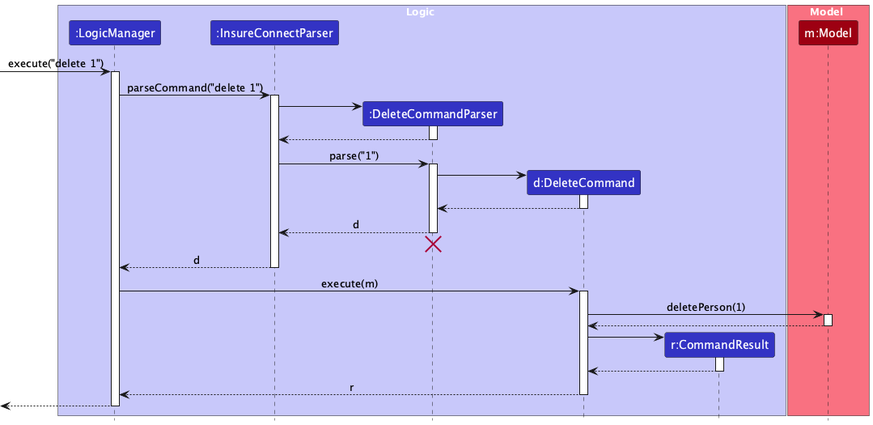
Above: docs/images/DeleteSequenceDiagram.png in AY2627S1-CS2103T-W09-4/tp (PlantUML), before the change. Its diagram source:
```plantuml
@startuml
!pragma layout smetana
!include style.puml
skinparam ArrowFontStyle plain

box Logic LOGIC_COLOR_T1
participant ":LogicManager" as LogicManager LOGIC_COLOR
participant ":InsureConnectParser" as InsureConnectParser LOGIC_COLOR
participant ":DeleteCommandParser" as DeleteCommandParser LOGIC_COLOR
participant "d:DeleteCommand" as DeleteCommand LOGIC_COLOR
participant "r:CommandResult" as CommandResult LOGIC_COLOR
end box

box Model MODEL_COLOR_T1
participant "m:Model" as Model MODEL_COLOR
end box

[-> LogicManager : execute("delete 1")
activate LogicManager

LogicManager -> InsureConnectParser : parseCommand("delete 1")
activate InsureConnectParser

create DeleteCommandParser
InsureConnectParser -> DeleteCommandParser
activate DeleteCommandParser

DeleteCommandParser --> InsureConnectParser
deactivate DeleteCommandParser

InsureConnectParser -> DeleteCommandParser : parse("1")
activate DeleteCommandParser

create DeleteCommand
DeleteCommandParser -> DeleteCommand
activate DeleteCommand

DeleteCommand --> DeleteCommandParser :
deactivate DeleteCommand

DeleteCommandParser --> InsureConnectParser : d
deactivate DeleteCommandParser
DeleteCommandParser -[hidden]-> InsureConnectParser
destroy DeleteCommandParser

InsureConnectParser --> LogicManager : d
deactivate InsureConnectParser

LogicManager -> DeleteCommand : execute(m)
activate DeleteCommand

DeleteCommand -> Model : deletePerson(1)
activate Model

Model --> DeleteCommand
deactivate Model

create CommandResult
DeleteCommand -> CommandResult
activate CommandResult

CommandResult --> DeleteCommand
deactivate CommandResult

DeleteCommand --> LogicManager : r
deactivate DeleteCommand

[<--LogicManager
deactivate LogicManager
@enduml
```
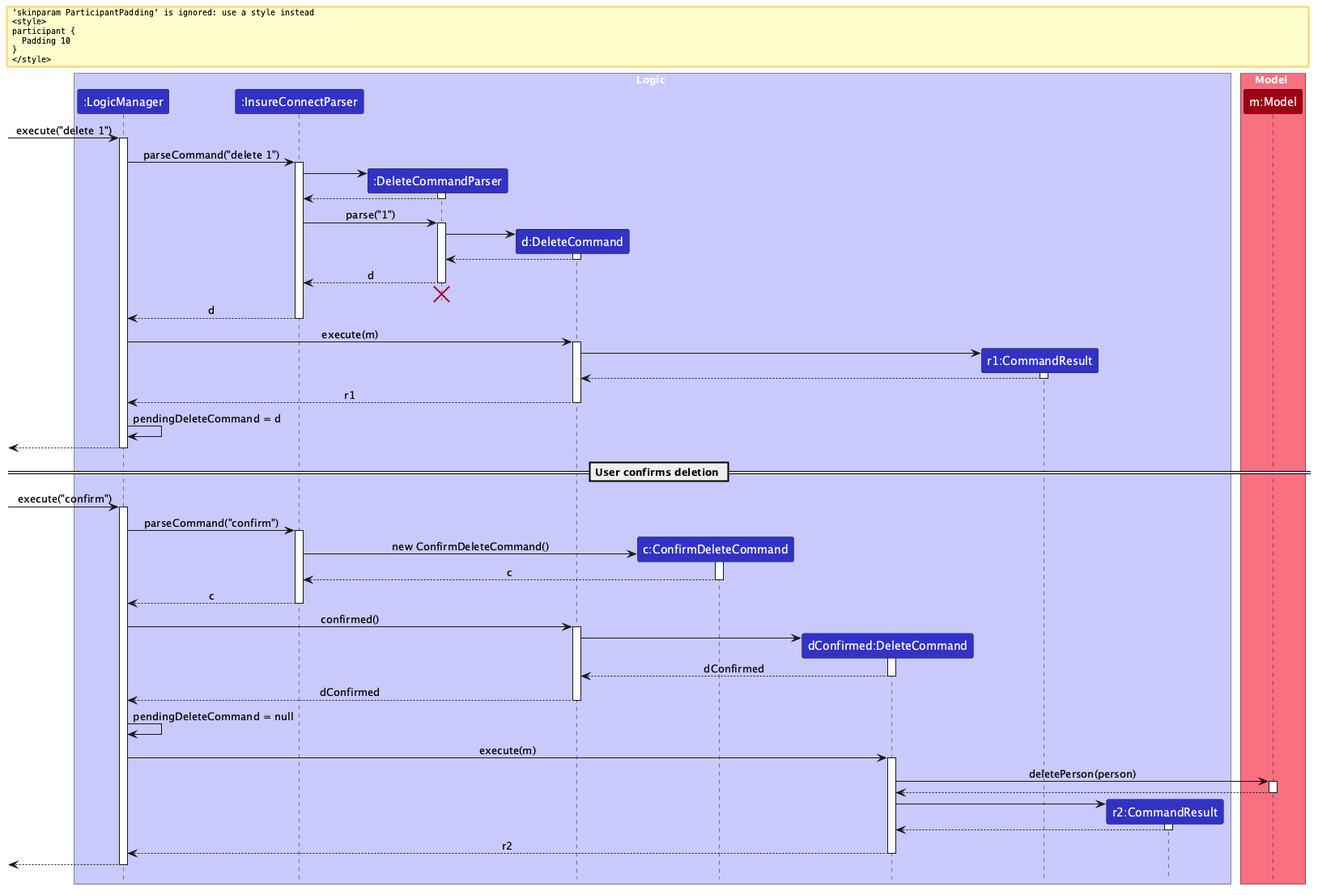
The same diagram one commit later.

Commit message:
Update delete sequence diagram to show delete confirmation

Change to the diagram source:
```diff
@@ -1,5 +1,4 @@
 @startuml
-!pragma layout smetana
 !include style.puml
 skinparam ArrowFontStyle plain
 
@@ -8,7 +7,10 @@
 participant ":InsureConnectParser" as InsureConnectParser LOGIC_COLOR
 participant ":DeleteCommandParser" as DeleteCommandParser LOGIC_COLOR
 participant "d:DeleteCommand" as DeleteCommand LOGIC_COLOR
-participant "r:CommandResult" as CommandResult LOGIC_COLOR
+participant "c:ConfirmDeleteCommand" as ConfirmDeleteCommand LOGIC_COLOR
+participant "dConfirmed:DeleteCommand" as ConfirmedDeleteCommand LOGIC_COLOR
+participant "r1:CommandResult" as ConfirmationResult LOGIC_COLOR
+participant "r2:CommandResult" as DeletionResult LOGIC_COLOR
 end box
 
 box Model MODEL_COLOR_T1
@@ -49,22 +51,73 @@
 LogicManager -> DeleteCommand : execute(m)
 activate DeleteCommand
 
-DeleteCommand -> Model : deletePerson(1)
+create ConfirmationResult
+DeleteCommand -> ConfirmationResult
+activate ConfirmationResult
+
+ConfirmationResult --> DeleteCommand
+deactivate ConfirmationResult
+
+DeleteCommand --> LogicManager : r1
+deactivate DeleteCommand
+
+LogicManager -> LogicManager : pendingDeleteCommand = d
+
+[<-- LogicManager
+deactivate LogicManager
+
+== User confirms deletion ==
+
+[-> LogicManager : execute("confirm")
+activate LogicManager
+
+LogicManager -> InsureConnectParser : parseCommand("confirm")
+activate InsureConnectParser
+
+create ConfirmDeleteCommand
+InsureConnectParser -> ConfirmDeleteCommand : new ConfirmDeleteCommand()
+activate ConfirmDeleteCommand
+
+ConfirmDeleteCommand --> InsureConnectParser : c
+deactivate ConfirmDeleteCommand
+
+InsureConnectParser --> LogicManager : c
+deactivate InsureConnectParser
+
+LogicManager -> DeleteCommand : confirmed()
+activate DeleteCommand
+
+create ConfirmedDeleteCommand
+DeleteCommand -> ConfirmedDeleteCommand
+activate ConfirmedDeleteCommand
+
+ConfirmedDeleteCommand --> DeleteCommand : dConfirmed
+deactivate ConfirmedDeleteCommand
+
+DeleteCommand --> LogicManager : dConfirmed
+deactivate DeleteCommand
+
+LogicManager -> LogicManager : pendingDeleteCommand = null
+
+LogicManager -> ConfirmedDeleteCommand : execute(m)
+activate ConfirmedDeleteCommand
+
+ConfirmedDeleteCommand -> Model : deletePerson(person)
 activate Model
 
-Model --> DeleteCommand
+Model --> ConfirmedDeleteCommand
 deactivate Model
 
-create CommandResult
-DeleteCommand -> CommandResult
-activate CommandResult
+create DeletionResult
+ConfirmedDeleteCommand -> DeletionResult
+activate DeletionResult
 
-CommandResult --> DeleteCommand
-deactivate CommandResult
+DeletionResult --> ConfirmedDeleteCommand
+deactivate DeletionResult
 
-DeleteCommand --> LogicManager : r
-deactivate DeleteCommand
+ConfirmedDeleteCommand --> LogicManager : r2
+deactivate ConfirmedDeleteCommand
 
-[<--LogicManager
+[<-- LogicManager
 deactivate LogicManager
 @enduml
```
